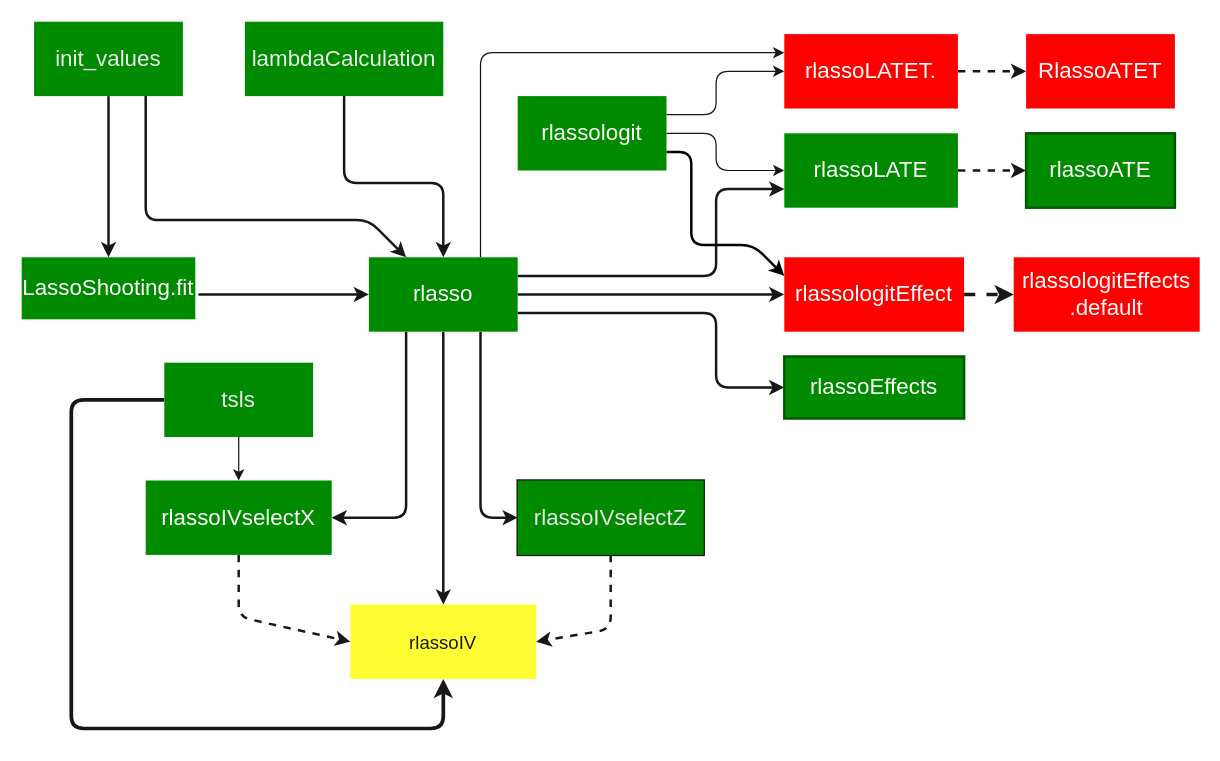
Above: functions_hdm.drawio in d2cml-ai/HDMjl.jl (draw.io), before the change. Source tidied: cells renumbered, new cells numbered last; positions are measured from the earlier drawing's top-left corner, leaving out a move shared by most shapes. Both pictures are drawn from the tidied source at 124%, with x=0, y=0 at pixel (21, 21).
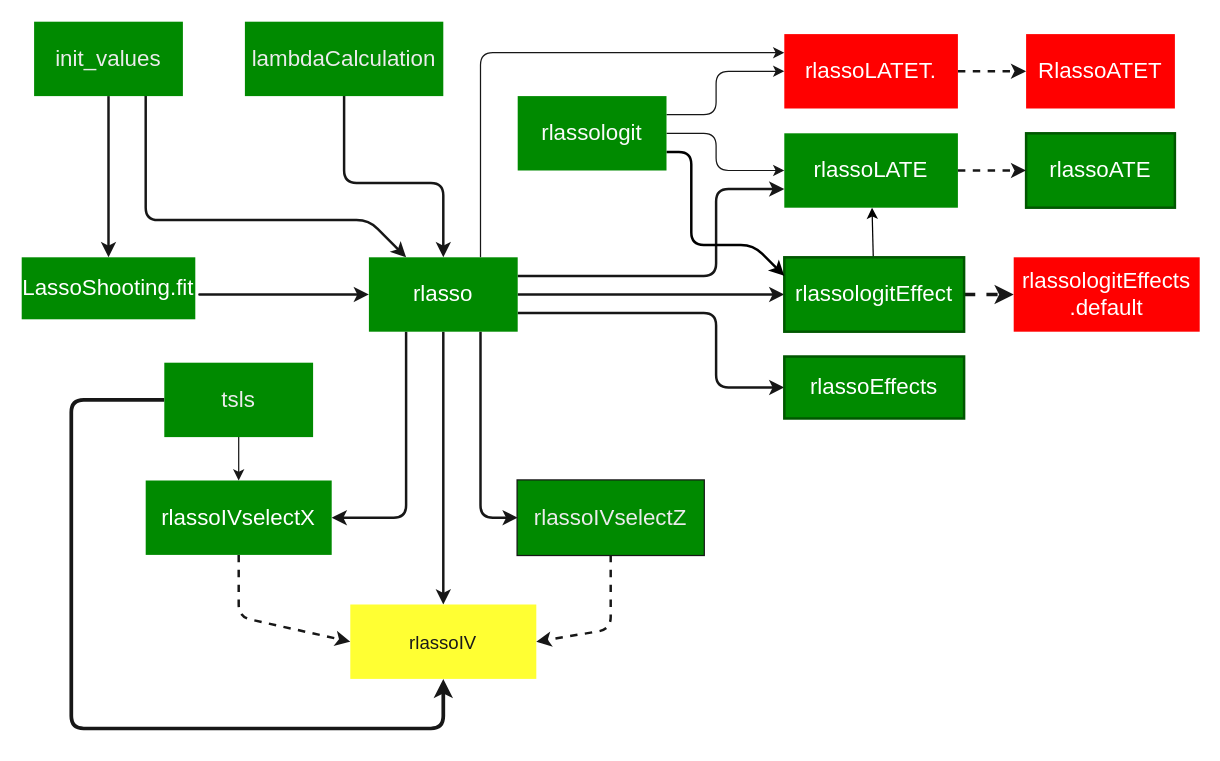
Above is the later version.

The change refers to these unchanged cells:
```xml
<mxCell id="22" value="rlassoLATE" style="whiteSpace=wrap;html=1;fontSize=18;fontColor=#ffffff;strokeColor=none;strokeWidth=2;fillColor=#008a00;gradientDirection=north;" parent="1" vertex="1">
  <mxGeometry x="615" y="90" width="140" height="60" as="geometry" />
</mxCell>
```

Change to the diagram source:
```diff
@@
+    <mxCell id="40" style="edgeStyle=none;html=1;" parent="1" edge="1" source="19" target="22">
+      <mxGeometry relative="1" as="geometry" />
+    </mxCell>
-    <mxCell id="19" value="rlassologitEffect" style="whiteSpace=wrap;html=1;fontSize=18;fontColor=#FFFFFF;strokeColor=none;strokeWidth=2;fillColor=#FF0000;gradientColor=none;gradientDirection=north;" parent="1" vertex="1">
+    <mxCell id="19" value="rlassologitEffect" style="whiteSpace=wrap;html=1;fontSize=18;fontColor=#ffffff;strokeColor=#005700;strokeWidth=2;fillColor=#008a00;gradientDirection=north;" parent="1" vertex="1">
       <mxGeometry x="615" y="190" width="145" height="60" as="geometry" />
     </mxCell>
```
